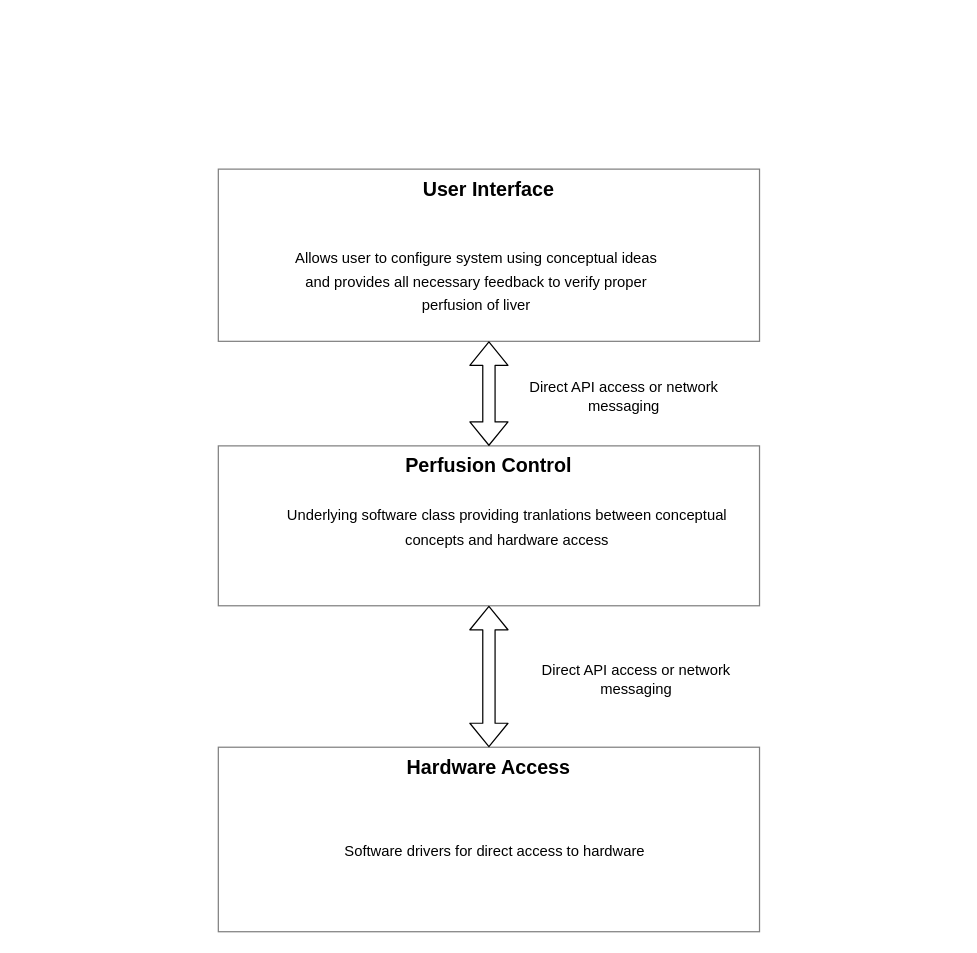
Earlier version of the draw.io diagram page "Software High Level" (3 of 6) of Documentation/LiverPerfusion_ConceptLayout.drawio (CCR-SOP/OpenSourcePerfusionSystem). Source tidied: cells renumbered, new cells numbered last; positions are measured from the earlier drawing's top-left corner, leaving out a move shared by most shapes. Both pictures are drawn from the tidied source at 123%, with x=0, y=0 at pixel (218, 169).
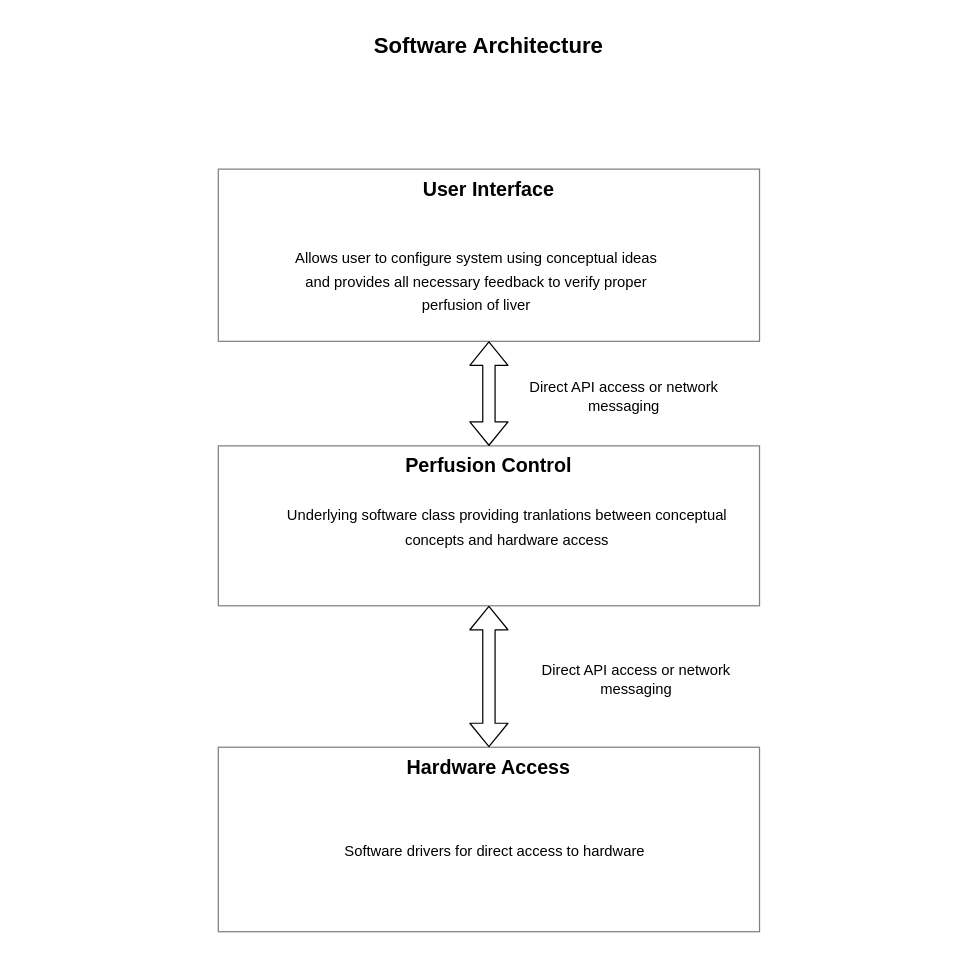
After the change.

Diff of the diagram source:
```diff
@@
 <mxGraphModel>
   <root>
     <mxCell id="0" />
     <mxCell id="1" parent="0" />
     <mxCell id="2" value="&lt;b&gt;User Interface&lt;/b&gt;" style="rounded=0;whiteSpace=wrap;html=1;labelBackgroundColor=none;fillColor=#FFFFFF;gradientColor=none;fontSize=16;fontColor=#000000;opacity=50;align=center;horizontal=1;verticalAlign=top;" parent="1" vertex="1">
       <mxGeometry width="440" height="140" as="geometry" />
     </mxCell>
     <mxCell id="3" value="&lt;b&gt;Perfusion Control&lt;/b&gt;" style="rounded=0;whiteSpace=wrap;html=1;labelBackgroundColor=none;fillColor=#FFFFFF;gradientColor=none;fontSize=16;fontColor=#000000;opacity=50;align=center;verticalAlign=top;" parent="1" vertex="1">
       <mxGeometry y="225" width="440" height="130" as="geometry" />
     </mxCell>
     <mxCell id="4" value="&lt;b&gt;Hardware Access&lt;/b&gt;" style="rounded=0;whiteSpace=wrap;html=1;labelBackgroundColor=none;fillColor=#FFFFFF;gradientColor=none;fontSize=16;fontColor=#000000;opacity=50;align=center;verticalAlign=top;" parent="1" vertex="1">
       <mxGeometry y="470" width="440" height="150" as="geometry" />
     </mxCell>
     <mxCell id="5" value="&lt;font style=&quot;font-size: 12px&quot;&gt;Allows user to configure system using conceptual ideas and provides all necessary feedback to verify proper perfusion of liver&lt;/font&gt;" style="text;html=1;strokeColor=none;fillColor=none;align=center;verticalAlign=middle;whiteSpace=wrap;rounded=0;labelBackgroundColor=none;fontSize=16;fontColor=#000000;opacity=50;" parent="1" vertex="1">
       <mxGeometry x="55" y="50" width="310" height="80" as="geometry" />
     </mxCell>
     <mxCell id="6" value="&lt;font style=&quot;font-size: 12px&quot;&gt;Underlying software class providing tranlations between conceptual concepts and hardware access&lt;/font&gt;" style="text;html=1;strokeColor=none;fillColor=none;align=center;verticalAlign=middle;whiteSpace=wrap;rounded=0;labelBackgroundColor=none;fontSize=16;fontColor=#000000;opacity=50;" parent="1" vertex="1">
       <mxGeometry x="35" y="280" width="400" height="20" as="geometry" />
     </mxCell>
     <mxCell id="7" value="&lt;font style=&quot;font-size: 12px&quot;&gt;Software drivers for direct access to hardware&lt;/font&gt;" style="text;html=1;strokeColor=none;fillColor=none;align=center;verticalAlign=middle;whiteSpace=wrap;rounded=0;labelBackgroundColor=none;fontSize=16;fontColor=#000000;opacity=50;" parent="1" vertex="1">
       <mxGeometry x="80" y="535" width="290" height="35" as="geometry" />
     </mxCell>
     <mxCell id="8" style="shape=flexArrow;endArrow=classic;startArrow=classic;html=1;strokeWidth=1;fontSize=16;fontColor=#000000;entryX=0.5;entryY=1;entryDx=0;entryDy=0;exitX=0.5;exitY=0;exitDx=0;exitDy=0;" parent="1" edge="1" source="4" target="3">
       <mxGeometry relative="1" as="geometry" />
     </mxCell>
     <mxCell id="9" value="Direct API access or network messaging" style="text;html=1;strokeColor=none;fillColor=none;align=center;verticalAlign=middle;whiteSpace=wrap;rounded=0;labelBackgroundColor=none;fontSize=12;fontColor=#000000;opacity=50;" parent="1" vertex="1">
       <mxGeometry x="260" y="400" width="160" height="30" as="geometry" />
     </mxCell>
     <mxCell id="10" style="shape=flexArrow;endArrow=classic;startArrow=classic;html=1;strokeWidth=1;fontSize=12;fontColor=#000000;entryX=0.5;entryY=1;entryDx=0;entryDy=0;exitX=0.5;exitY=0;exitDx=0;exitDy=0;" parent="1" edge="1" source="3" target="2">
       <mxGeometry relative="1" as="geometry" />
     </mxCell>
     <mxCell id="11" value="Direct API access or network messaging" style="text;html=1;strokeColor=none;fillColor=none;align=center;verticalAlign=middle;whiteSpace=wrap;rounded=0;labelBackgroundColor=none;fontSize=12;fontColor=#000000;opacity=50;" parent="1" vertex="1">
       <mxGeometry x="250" y="170" width="160" height="30" as="geometry" />
     </mxCell>
+    <mxCell id="12" value="&lt;font style=&quot;font-size: 18px&quot;&gt;&lt;b&gt;Software Architecture&lt;/b&gt;&lt;/font&gt;" style="text;html=1;strokeColor=none;fillColor=none;align=center;verticalAlign=middle;whiteSpace=wrap;rounded=0;" parent="1" vertex="1">
+      <mxGeometry x="-160" y="-120" width="760" height="40" as="geometry" />
+    </mxCell>
   </root>
 </mxGraphModel>
```
